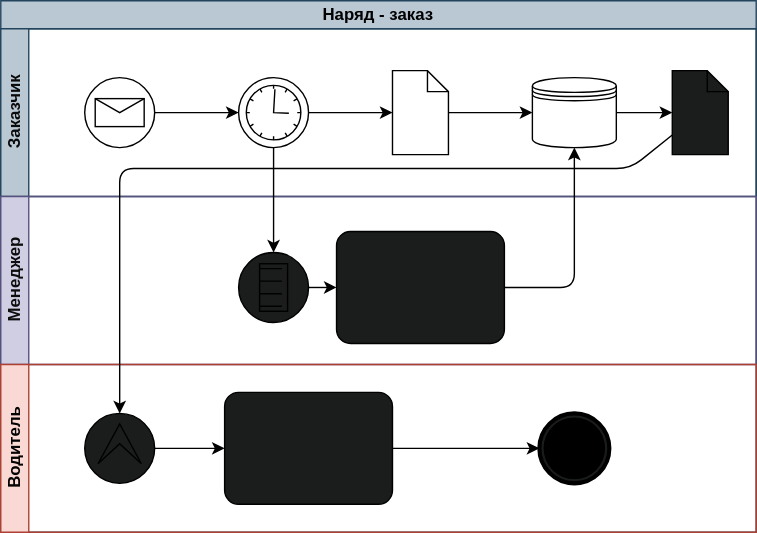
Before: md.drawio.svg, a diagram exported from draw.io (ymksoft/plantuml-and-drawio). Source tidied: cells renumbered, new cells last; positions are measured from the earlier drawing's top-left corner, leaving out a move shared by most shapes.
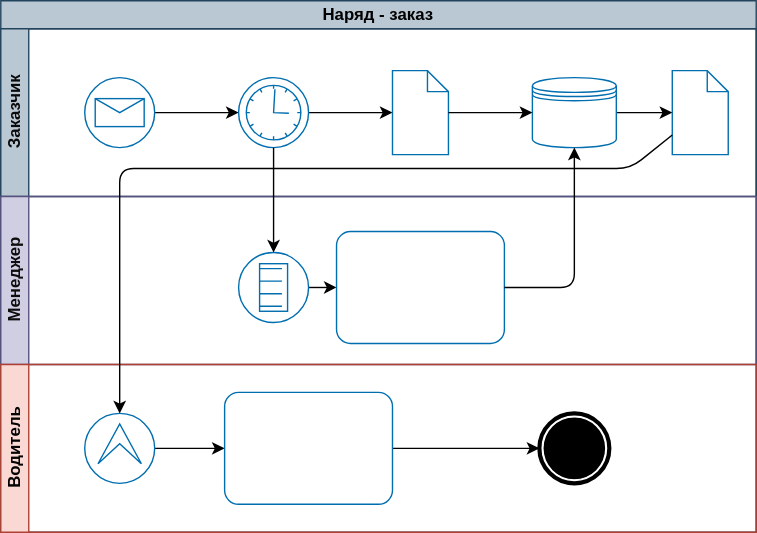
The same diagram one commit later.

The edit, as a diff of the source:
```diff
@@ -11,19 +11,19 @@
     <mxCell id="4" style="edgeStyle=none;html=1;entryX=0;entryY=0.5;entryDx=0;entryDy=0;entryPerimeter=0;" parent="3" edge="1" source="5" target="7">
       <mxGeometry relative="1" as="geometry" />
     </mxCell>
-    <mxCell id="5" style="points=[[0.145,0.145,0],[0.5,0,0],[0.855,0.145,0],[1,0.5,0],[0.855,0.855,0],[0.5,1,0],[0.145,0.855,0],[0,0.5,0]];shape=mxgraph.bpmn.event;html=1;verticalLabelPosition=bottom;labelBackgroundColor=#ffffff;verticalAlign=top;align=center;perimeter=ellipsePerimeter;outlineConnect=0;outline=standard;symbol=message;" parent="3" vertex="1">
+    <mxCell id="5" style="points=[[0.145,0.145,0],[0.5,0,0],[0.855,0.145,0],[1,0.5,0],[0.855,0.855,0],[0.5,1,0],[0.145,0.855,0],[0,0.5,0]];shape=mxgraph.bpmn.event;html=1;verticalLabelPosition=bottom;labelBackgroundColor=#ffffff;verticalAlign=top;align=center;perimeter=ellipsePerimeter;outlineConnect=0;outline=standard;symbol=message;fillColor=#FFFFFF;fontColor=#ffffff;strokeColor=#006EAF;" parent="3" vertex="1">
       <mxGeometry x="60" y="35" width="50" height="50" as="geometry" />
     </mxCell>
     <mxCell id="6" style="edgeStyle=none;html=1;entryX=0;entryY=0.5;entryDx=0;entryDy=0;entryPerimeter=0;" parent="3" edge="1" source="7" target="8">
       <mxGeometry relative="1" as="geometry" />
     </mxCell>
-    <mxCell id="7" style="points=[[0.145,0.145,0],[0.5,0,0],[0.855,0.145,0],[1,0.5,0],[0.855,0.855,0],[0.5,1,0],[0.145,0.855,0],[0,0.5,0]];shape=mxgraph.bpmn.event;html=1;verticalLabelPosition=bottom;labelBackgroundColor=#ffffff;verticalAlign=top;align=center;perimeter=ellipsePerimeter;outlineConnect=0;outline=standard;symbol=timer;" parent="3" vertex="1">
+    <mxCell id="7" style="points=[[0.145,0.145,0],[0.5,0,0],[0.855,0.145,0],[1,0.5,0],[0.855,0.855,0],[0.5,1,0],[0.145,0.855,0],[0,0.5,0]];shape=mxgraph.bpmn.event;html=1;verticalLabelPosition=bottom;labelBackgroundColor=#ffffff;verticalAlign=top;align=center;perimeter=ellipsePerimeter;outlineConnect=0;outline=standard;symbol=timer;fillColor=#FFFFFF;fontColor=#ffffff;strokeColor=#006EAF;" parent="3" vertex="1">
       <mxGeometry x="170" y="35" width="50" height="50" as="geometry" />
     </mxCell>
-    <mxCell id="8" style="shape=mxgraph.bpmn.data;labelPosition=center;verticalLabelPosition=bottom;align=center;verticalAlign=top;whiteSpace=wrap;size=15;html=1;" parent="3" vertex="1">
+    <mxCell id="8" style="shape=mxgraph.bpmn.data;labelPosition=center;verticalLabelPosition=bottom;align=center;verticalAlign=top;whiteSpace=wrap;size=15;html=1;fillColor=#FFFFFF;fontColor=#ffffff;strokeColor=#006EAF;" parent="3" vertex="1">
       <mxGeometry x="280" y="30" width="40" height="60" as="geometry" />
     </mxCell>
-    <mxCell id="9" style="shape=mxgraph.bpmn.data;labelPosition=center;verticalLabelPosition=bottom;align=center;verticalAlign=top;whiteSpace=wrap;size=15;html=1;fillStyle=solid;fontColor=#0d0d0d;fillColor=#1A1D1C;" parent="3" vertex="1">
+    <mxCell id="9" style="shape=mxgraph.bpmn.data;labelPosition=center;verticalLabelPosition=bottom;align=center;verticalAlign=top;whiteSpace=wrap;size=15;html=1;fillStyle=solid;fontColor=#ffffff;fillColor=#FFFFFF;strokeColor=#006EAF;" parent="3" vertex="1">
       <mxGeometry x="480" y="30" width="40" height="60" as="geometry" />
     </mxCell>
     <mxCell id="10" value="Менеджер" style="swimlane;html=1;startSize=20;horizontal=0;fillColor=#d0cee2;strokeColor=#56517e;fontColor=#0d0d0d;" parent="2" vertex="1">
@@ -32,28 +32,28 @@
     <mxCell id="11" style="edgeStyle=none;html=1;fontColor=#0d0d0d;" parent="10" edge="1" source="12" target="13">
       <mxGeometry relative="1" as="geometry" />
     </mxCell>
-    <mxCell id="12" style="points=[[0.145,0.145,0],[0.5,0,0],[0.855,0.145,0],[1,0.5,0],[0.855,0.855,0],[0.5,1,0],[0.145,0.855,0],[0,0.5,0]];shape=mxgraph.bpmn.event;html=1;verticalLabelPosition=bottom;labelBackgroundColor=#ffffff;verticalAlign=top;align=center;perimeter=ellipsePerimeter;outlineConnect=0;outline=standard;symbol=conditional;fillStyle=solid;fontColor=#0d0d0d;fillColor=#1A1D1C;" parent="10" vertex="1">
+    <mxCell id="12" style="points=[[0.145,0.145,0],[0.5,0,0],[0.855,0.145,0],[1,0.5,0],[0.855,0.855,0],[0.5,1,0],[0.145,0.855,0],[0,0.5,0]];shape=mxgraph.bpmn.event;html=1;verticalLabelPosition=bottom;labelBackgroundColor=#ffffff;verticalAlign=top;align=center;perimeter=ellipsePerimeter;outlineConnect=0;outline=standard;symbol=conditional;fillStyle=solid;fontColor=#ffffff;fillColor=#FFFFFF;strokeColor=#006EAF;" parent="10" vertex="1">
       <mxGeometry x="170" y="40" width="50" height="50" as="geometry" />
     </mxCell>
-    <mxCell id="13" style="points=[[0.25,0,0],[0.5,0,0],[0.75,0,0],[1,0.25,0],[1,0.5,0],[1,0.75,0],[0.75,1,0],[0.5,1,0],[0.25,1,0],[0,0.75,0],[0,0.5,0],[0,0.25,0]];shape=mxgraph.bpmn.task;whiteSpace=wrap;rectStyle=rounded;size=10;html=1;taskMarker=abstract;fillStyle=solid;fontColor=#0d0d0d;fillColor=#1A1D1C;" parent="10" vertex="1">
+    <mxCell id="13" style="points=[[0.25,0,0],[0.5,0,0],[0.75,0,0],[1,0.25,0],[1,0.5,0],[1,0.75,0],[0.75,1,0],[0.5,1,0],[0.25,1,0],[0,0.75,0],[0,0.5,0],[0,0.25,0]];shape=mxgraph.bpmn.task;whiteSpace=wrap;rectStyle=rounded;size=10;html=1;taskMarker=abstract;fillStyle=solid;fontColor=#ffffff;fillColor=#FFFFFF;strokeColor=#006EAF;" parent="10" vertex="1">
       <mxGeometry x="240" y="25" width="120" height="80" as="geometry" />
     </mxCell>
     <mxCell id="14" value="Водитель" style="swimlane;html=1;startSize=20;horizontal=0;fillColor=#fad9d5;strokeColor=#ae4132;fontColor=#030303;" parent="2" vertex="1">
       <mxGeometry y="260" width="540" height="120" as="geometry" />
     </mxCell>
-    <mxCell id="15" style="points=[[0.145,0.145,0],[0.5,0,0],[0.855,0.145,0],[1,0.5,0],[0.855,0.855,0],[0.5,1,0],[0.145,0.855,0],[0,0.5,0]];shape=mxgraph.bpmn.event;html=1;verticalLabelPosition=bottom;labelBackgroundColor=#ffffff;verticalAlign=top;align=center;perimeter=ellipsePerimeter;outlineConnect=0;outline=end;symbol=terminate;fillStyle=solid;fontColor=#0d0d0d;fillColor=#1A1D1C;" parent="14" vertex="1">
+    <mxCell id="15" style="points=[[0.145,0.145,0],[0.5,0,0],[0.855,0.145,0],[1,0.5,0],[0.855,0.855,0],[0.5,1,0],[0.145,0.855,0],[0,0.5,0]];shape=mxgraph.bpmn.event;html=1;verticalLabelPosition=bottom;labelBackgroundColor=#ffffff;verticalAlign=top;align=center;perimeter=ellipsePerimeter;outlineConnect=0;outline=end;symbol=terminate;fillStyle=solid;fontColor=#0d0d0d;fillColor=#FFFFFF;" parent="14" vertex="1">
       <mxGeometry x="385" y="35" width="50" height="50" as="geometry" />
     </mxCell>
     <mxCell id="16" style="edgeStyle=none;html=1;entryX=0;entryY=0.5;entryDx=0;entryDy=0;entryPerimeter=0;fontColor=#0d0d0d;" parent="14" edge="1" source="17" target="19">
       <mxGeometry relative="1" as="geometry" />
     </mxCell>
-    <mxCell id="17" style="points=[[0.145,0.145,0],[0.5,0,0],[0.855,0.145,0],[1,0.5,0],[0.855,0.855,0],[0.5,1,0],[0.145,0.855,0],[0,0.5,0]];shape=mxgraph.bpmn.event;html=1;verticalLabelPosition=bottom;labelBackgroundColor=#ffffff;verticalAlign=top;align=center;perimeter=ellipsePerimeter;outlineConnect=0;outline=eventInt;symbol=escalation;fillStyle=solid;fontColor=#0d0d0d;fillColor=#1A1D1C;" parent="14" vertex="1">
+    <mxCell id="17" style="points=[[0.145,0.145,0],[0.5,0,0],[0.855,0.145,0],[1,0.5,0],[0.855,0.855,0],[0.5,1,0],[0.145,0.855,0],[0,0.5,0]];shape=mxgraph.bpmn.event;html=1;verticalLabelPosition=bottom;labelBackgroundColor=#ffffff;verticalAlign=top;align=center;perimeter=ellipsePerimeter;outlineConnect=0;outline=eventInt;symbol=escalation;fillStyle=solid;fontColor=#ffffff;fillColor=#FFFFFF;strokeColor=#006EAF;" parent="14" vertex="1">
       <mxGeometry x="60" y="35" width="50" height="50" as="geometry" />
     </mxCell>
     <mxCell id="18" style="edgeStyle=none;html=1;entryX=0;entryY=0.5;entryDx=0;entryDy=0;entryPerimeter=0;fontColor=#0d0d0d;" parent="14" edge="1" source="19" target="15">
       <mxGeometry relative="1" as="geometry" />
     </mxCell>
-    <mxCell id="19" style="points=[[0.25,0,0],[0.5,0,0],[0.75,0,0],[1,0.25,0],[1,0.5,0],[1,0.75,0],[0.75,1,0],[0.5,1,0],[0.25,1,0],[0,0.75,0],[0,0.5,0],[0,0.25,0]];shape=mxgraph.bpmn.task;whiteSpace=wrap;rectStyle=rounded;size=10;html=1;taskMarker=abstract;fillStyle=solid;fontColor=#0d0d0d;fillColor=#1A1D1C;" parent="14" vertex="1">
+    <mxCell id="19" style="points=[[0.25,0,0],[0.5,0,0],[0.75,0,0],[1,0.25,0],[1,0.5,0],[1,0.75,0],[0.75,1,0],[0.5,1,0],[0.25,1,0],[0,0.75,0],[0,0.5,0],[0,0.25,0]];shape=mxgraph.bpmn.task;whiteSpace=wrap;rectStyle=rounded;size=10;html=1;taskMarker=abstract;fillStyle=solid;fontColor=#ffffff;fillColor=#FFFFFF;strokeColor=#006EAF;" parent="14" vertex="1">
       <mxGeometry x="160" y="20" width="120" height="80" as="geometry" />
     </mxCell>
     <mxCell id="20" style="edgeStyle=none;html=1;fontColor=#0d0d0d;" parent="2" edge="1" source="7" target="12">
@@ -70,7 +70,7 @@
     <mxCell id="22" style="edgeStyle=none;html=1;exitX=1;exitY=0.5;exitDx=0;exitDy=0;entryX=0;entryY=0.5;entryDx=0;entryDy=0;entryPerimeter=0;fontColor=#0d0d0d;" parent="1" edge="1" source="23" target="9">
       <mxGeometry relative="1" as="geometry" />
     </mxCell>
-    <mxCell id="23" style="shape=datastore;whiteSpace=wrap;html=1;labelPosition=center;verticalLabelPosition=bottom;align=center;verticalAlign=top;" parent="1" vertex="1">
+    <mxCell id="23" style="shape=datastore;whiteSpace=wrap;html=1;labelPosition=center;verticalLabelPosition=bottom;align=center;verticalAlign=top;fillColor=#FFFFFF;fontColor=#ffffff;strokeColor=#006EAF;" parent="1" vertex="1">
       <mxGeometry x="380" y="55" width="60" height="50" as="geometry" />
     </mxCell>
     <mxCell id="24" style="edgeStyle=none;html=1;" parent="1" edge="1" source="8" target="23">
```
